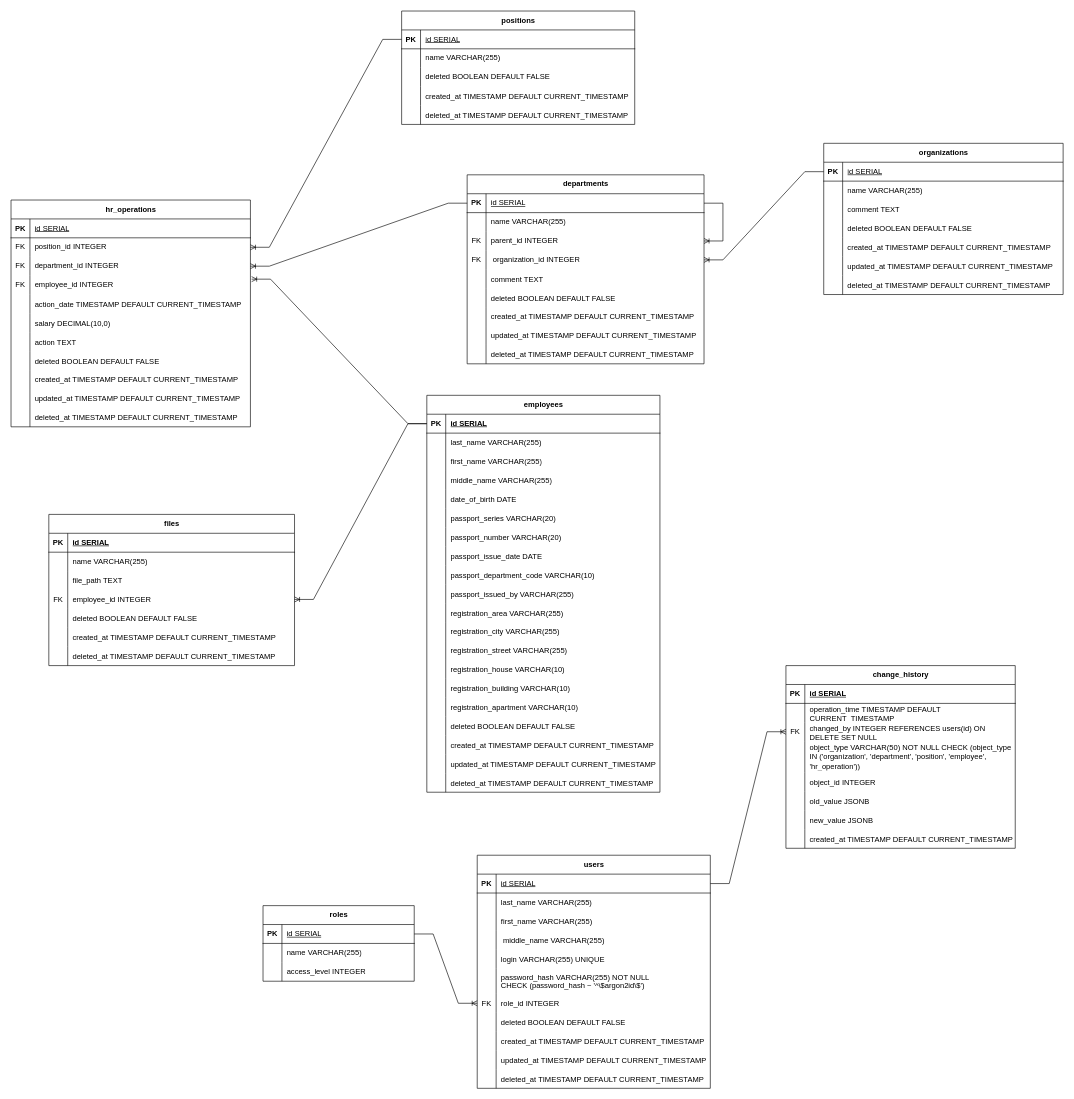
Above: docs/DB.drawio in NekitBST/areal-hr-test-2025 (draw.io), before the change. Source tidied: cells renumbered, new cells numbered last; positions are measured from the earlier drawing's top-left corner, leaving out a move shared by most shapes. Both pictures are drawn from the tidied source at 63%, with x=0, y=0 at pixel (11, 11).
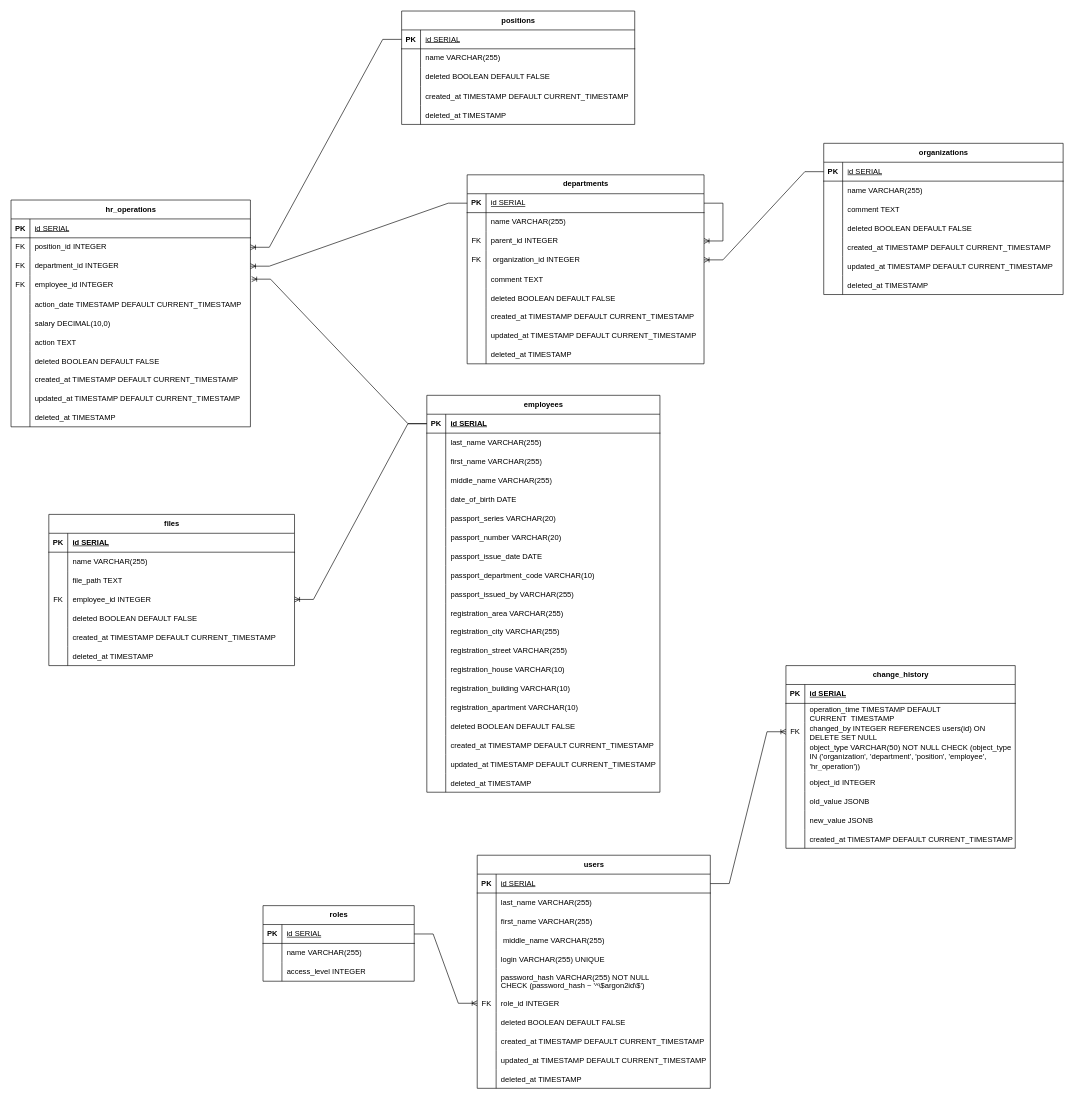
The same diagram, later.

The change refers to these unchanged cells:
```xml
<mxCell id="21" style="shape=tableRow;horizontal=0;startSize=0;swimlaneHead=0;swimlaneBody=0;fillColor=none;top=0;left=0;right=0;bottom=0;" parent="2" vertex="1">
  <mxGeometry y="210" width="380" height="30" as="geometry" />
</mxCell>
<mxCell id="50" style="shape=tableRow;horizontal=0;startSize=0;swimlaneHead=0;swimlaneBody=0;fillColor=none;top=0;left=0;right=0;bottom=0;" parent="24" vertex="1">
  <mxGeometry y="270" width="376" height="30" as="geometry" />
</mxCell>
<mxCell id="67" style="shape=tableRow;horizontal=0;startSize=0;swimlaneHead=0;swimlaneBody=0;fillColor=none;top=0;left=0;right=0;bottom=0;" parent="54" vertex="1">
  <mxGeometry y="150" width="370" height="30" as="geometry" />
</mxCell>
<mxCell id="111" style="shape=tableRow;horizontal=0;startSize=0;swimlaneHead=0;swimlaneBody=0;fillColor=none;top=0;left=0;right=0;bottom=0;" parent="80" vertex="1">
  <mxGeometry y="330" width="380" height="30" as="geometry" />
</mxCell>
<mxCell id="174" style="shape=tableRow;horizontal=0;startSize=0;swimlaneHead=0;swimlaneBody=0;fillColor=none;top=0;left=0;right=0;bottom=0;" parent="116" vertex="1">
  <mxGeometry y="600" width="370" height="30" as="geometry" />
</mxCell>
<mxCell id="197" style="shape=tableRow;horizontal=0;startSize=0;swimlaneHead=0;swimlaneBody=0;fillColor=none;top=0;left=0;right=0;bottom=0;" parent="178" vertex="1">
  <mxGeometry y="210" width="390" height="30" as="geometry" />
</mxCell>
<mxCell id="257" style="shape=tableRow;horizontal=0;startSize=0;swimlaneHead=0;swimlaneBody=0;fillColor=none;top=0;left=0;right=0;bottom=0;" parent="226" vertex="1">
  <mxGeometry y="340" width="370" height="30" as="geometry" />
</mxCell>
```

What changed in the source:
```diff
@@
-    <mxCell id="23" value="deleted_at TIMESTAMP DEFAULT CURRENT_TIMESTAMP" style="shape=partialRectangle;fillColor=none;top=0;left=0;bottom=0;right=0;align=left;spacingLeft=6;overflow=hidden;" parent="21" vertex="1">
+    <mxCell id="23" value="deleted_at TIMESTAMP" style="shape=partialRectangle;fillColor=none;top=0;left=0;bottom=0;right=0;align=left;spacingLeft=6;overflow=hidden;" parent="21" vertex="1">
       <mxGeometry x="30" width="350" height="30" as="geometry" />
     </mxCell>
@@
-    <mxCell id="52" value="deleted_at TIMESTAMP DEFAULT CURRENT_TIMESTAMP" style="shape=partialRectangle;fillColor=none;top=0;left=0;bottom=0;right=0;align=left;spacingLeft=6;overflow=hidden;" parent="50" vertex="1">
+    <mxCell id="52" value="deleted_at TIMESTAMP" style="shape=partialRectangle;fillColor=none;top=0;left=0;bottom=0;right=0;align=left;spacingLeft=6;overflow=hidden;" parent="50" vertex="1">
       <mxGeometry x="30" width="346" height="30" as="geometry" />
     </mxCell>
@@
-    <mxCell id="69" value="deleted_at TIMESTAMP DEFAULT CURRENT_TIMESTAMP" style="shape=partialRectangle;fillColor=none;top=0;left=0;bottom=0;right=0;align=left;spacingLeft=6;overflow=hidden;" parent="67" vertex="1">
+    <mxCell id="69" value="deleted_at TIMESTAMP" style="shape=partialRectangle;fillColor=none;top=0;left=0;bottom=0;right=0;align=left;spacingLeft=6;overflow=hidden;" parent="67" vertex="1">
       <mxGeometry x="30" width="340" height="30" as="geometry" />
     </mxCell>
@@
-    <mxCell id="113" value="deleted_at TIMESTAMP DEFAULT CURRENT_TIMESTAMP" style="shape=partialRectangle;fillColor=none;top=0;left=0;bottom=0;right=0;align=left;spacingLeft=6;overflow=hidden;" parent="111" vertex="1">
+    <mxCell id="113" value="deleted_at TIMESTAMP" style="shape=partialRectangle;fillColor=none;top=0;left=0;bottom=0;right=0;align=left;spacingLeft=6;overflow=hidden;" parent="111" vertex="1">
       <mxGeometry x="30" width="350" height="30" as="geometry" />
     </mxCell>
@@
-    <mxCell id="176" value="deleted_at TIMESTAMP DEFAULT CURRENT_TIMESTAMP" style="shape=partialRectangle;fillColor=none;top=0;left=0;bottom=0;right=0;align=left;spacingLeft=6;overflow=hidden;" parent="174" vertex="1">
+    <mxCell id="176" value="deleted_at TIMESTAMP" style="shape=partialRectangle;fillColor=none;top=0;left=0;bottom=0;right=0;align=left;spacingLeft=6;overflow=hidden;" parent="174" vertex="1">
       <mxGeometry x="30" width="340" height="30" as="geometry" />
     </mxCell>
@@
-    <mxCell id="199" value="deleted_at TIMESTAMP DEFAULT CURRENT_TIMESTAMP" style="shape=partialRectangle;fillColor=none;top=0;left=0;bottom=0;right=0;align=left;spacingLeft=6;overflow=hidden;" parent="197" vertex="1">
+    <mxCell id="199" value="deleted_at TIMESTAMP" style="shape=partialRectangle;fillColor=none;top=0;left=0;bottom=0;right=0;align=left;spacingLeft=6;overflow=hidden;" parent="197" vertex="1">
       <mxGeometry x="30" width="360" height="30" as="geometry" />
     </mxCell>
@@
-    <mxCell id="259" value="deleted_at TIMESTAMP DEFAULT CURRENT_TIMESTAMP" style="shape=partialRectangle;fillColor=none;top=0;left=0;bottom=0;right=0;align=left;spacingLeft=6;overflow=hidden;" parent="257" vertex="1">
+    <mxCell id="259" value="deleted_at TIMESTAMP" style="shape=partialRectangle;fillColor=none;top=0;left=0;bottom=0;right=0;align=left;spacingLeft=6;overflow=hidden;" parent="257" vertex="1">
       <mxGeometry x="30" width="340" height="30" as="geometry" />
     </mxCell>
```
